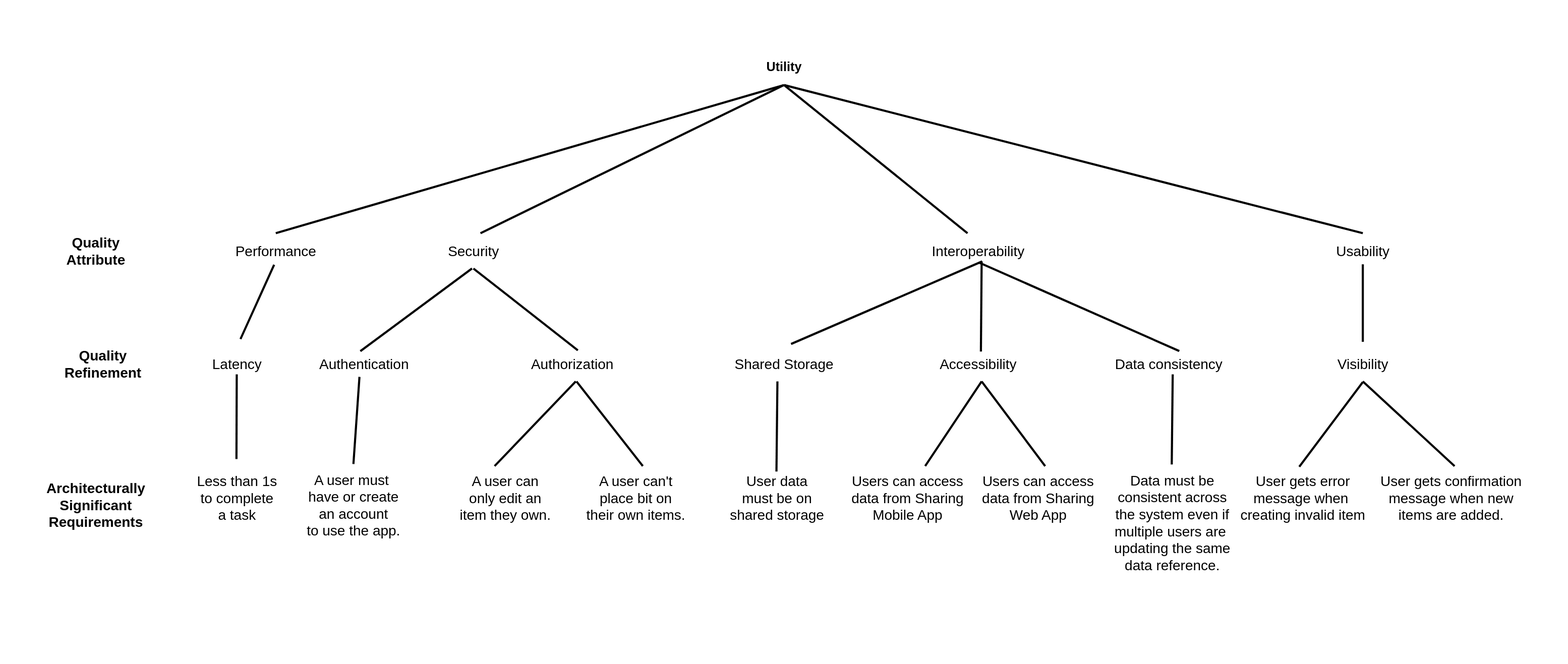
treeindev/uml-diagrams keeps this draw.io diagram as Attribute-Utility-Tree.svg. Above is the earlier version. Source tidied: cells renumbered, new cells last; positions are measured from the earlier drawing's top-left corner, leaving out a move shared by most shapes.
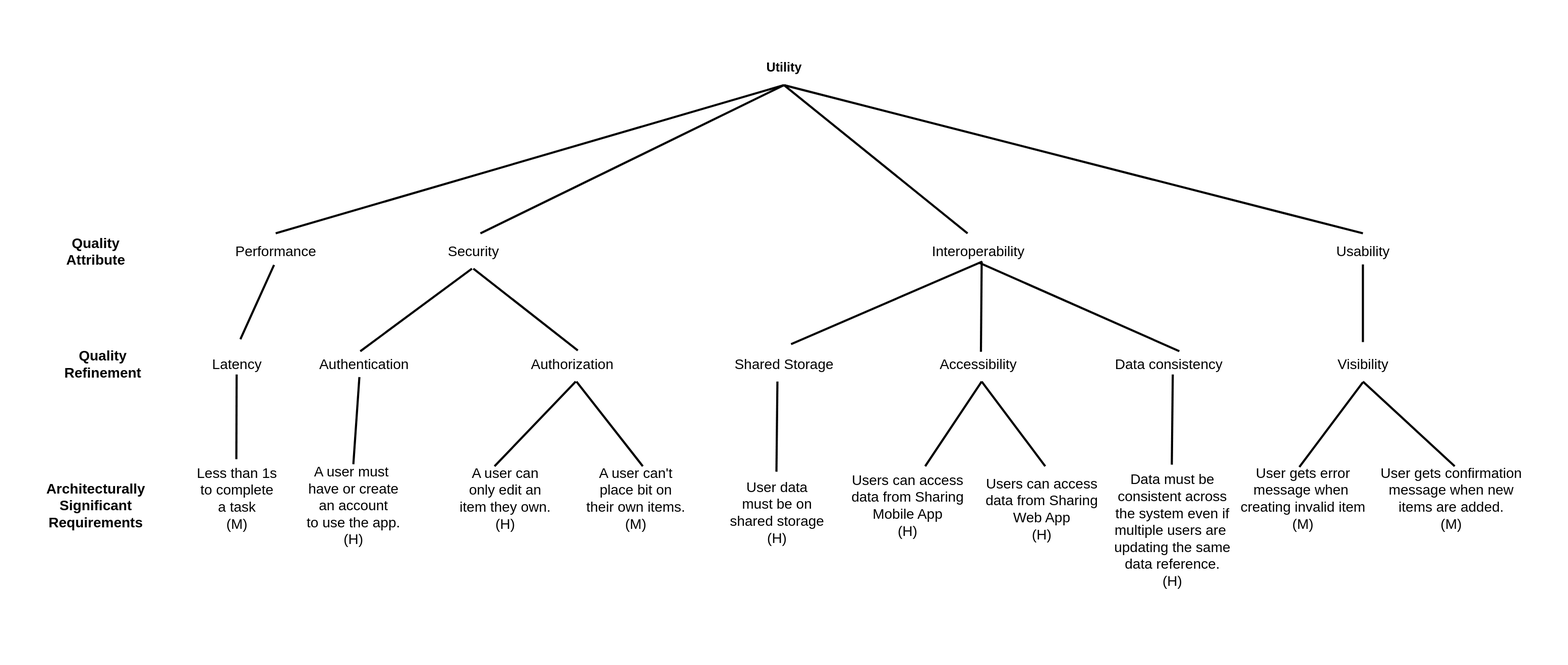
Later version of the same file.

Diff of the diagram source:
```diff
@@ -23,8 +23,8 @@
     <mxCell id="8" value="Latency" style="text;html=1;align=center;verticalAlign=middle;strokeColor=none;fillColor=none;fontStyle=0;fontSize=20;" parent="1" vertex="1">
       <mxGeometry x="290" y="500" width="90" height="30" as="geometry" />
     </mxCell>
-    <mxCell id="9" value="Less than 1s&lt;br style=&quot;font-size: 20px;&quot;&gt;to complete&lt;br style=&quot;font-size: 20px;&quot;&gt;a task" style="text;html=1;align=center;verticalAlign=middle;strokeColor=none;fillColor=none;fontStyle=0;fontSize=20;" parent="1" vertex="1">
-      <mxGeometry x="270" y="665" width="130" height="80" as="geometry" />
+    <mxCell id="9" value="Less than 1s&lt;br style=&quot;font-size: 20px&quot;&gt;to complete&lt;br style=&quot;font-size: 20px&quot;&gt;a task&lt;br&gt;(M)" style="text;html=1;align=center;verticalAlign=middle;strokeColor=none;fillColor=none;fontStyle=0;fontSize=20;" parent="1" vertex="1">
+      <mxGeometry x="270" y="655" width="130" height="100" as="geometry" />
     </mxCell>
     <mxCell id="10" value="Authentication" style="text;html=1;align=center;verticalAlign=middle;points=[];strokeColor=none;fillColor=none;fontStyle=0;fontSize=20;" parent="1" vertex="1">
       <mxGeometry x="445" y="500" width="140" height="30" as="geometry" />
@@ -32,14 +32,14 @@
     <mxCell id="11" value="Authorization" style="text;html=1;align=center;verticalAlign=middle;points=[];strokeColor=none;fillColor=none;fontStyle=0;fontSize=20;" parent="1" vertex="1">
       <mxGeometry x="745" y="500" width="130" height="30" as="geometry" />
     </mxCell>
-    <mxCell id="12" value="A user must&amp;nbsp;&lt;br style=&quot;font-size: 20px;&quot;&gt;have or create &lt;br style=&quot;font-size: 20px;&quot;&gt;an account&lt;br style=&quot;font-size: 20px;&quot;&gt;to use the app." style="text;html=1;align=center;verticalAlign=middle;strokeColor=none;fillColor=none;fontStyle=0;fontSize=20;" parent="1" vertex="1">
-      <mxGeometry x="425" y="665" width="150" height="100" as="geometry" />
+    <mxCell id="12" value="A user must&amp;nbsp;&lt;br style=&quot;font-size: 20px&quot;&gt;have or create &lt;br style=&quot;font-size: 20px&quot;&gt;an account&lt;br style=&quot;font-size: 20px&quot;&gt;to use the app.&lt;br&gt;(H)" style="text;html=1;align=center;verticalAlign=middle;strokeColor=none;fillColor=none;fontStyle=0;fontSize=20;" parent="1" vertex="1">
+      <mxGeometry x="425" y="650" width="150" height="130" as="geometry" />
     </mxCell>
-    <mxCell id="13" value="A user can &lt;br style=&quot;font-size: 20px;&quot;&gt;only edit an &lt;br style=&quot;font-size: 20px;&quot;&gt;item they own." style="text;html=1;align=center;verticalAlign=middle;strokeColor=none;fillColor=none;fontStyle=0;fontSize=20;" parent="1" vertex="1">
-      <mxGeometry x="645" y="665" width="140" height="80" as="geometry" />
+    <mxCell id="13" value="A user can &lt;br style=&quot;font-size: 20px&quot;&gt;only edit an &lt;br style=&quot;font-size: 20px&quot;&gt;item they own.&lt;br&gt;(H)" style="text;html=1;align=center;verticalAlign=middle;strokeColor=none;fillColor=none;fontStyle=0;fontSize=20;" parent="1" vertex="1">
+      <mxGeometry x="645" y="655" width="140" height="100" as="geometry" />
     </mxCell>
-    <mxCell id="14" value="A user can't&lt;br style=&quot;font-size: 20px;&quot;&gt;place bit&amp;nbsp;on &lt;br style=&quot;font-size: 20px;&quot;&gt;their own items." style="text;html=1;align=center;verticalAlign=middle;strokeColor=none;fillColor=none;fontStyle=0;fontSize=20;" parent="1" vertex="1">
-      <mxGeometry x="820" y="665" width="160" height="80" as="geometry" />
+    <mxCell id="14" value="A user can't&lt;br style=&quot;font-size: 20px&quot;&gt;place bit&amp;nbsp;on &lt;br style=&quot;font-size: 20px&quot;&gt;their own items.&lt;br&gt;(M)" style="text;html=1;align=center;verticalAlign=middle;strokeColor=none;fillColor=none;fontStyle=0;fontSize=20;" parent="1" vertex="1">
+      <mxGeometry x="820" y="655" width="160" height="100" as="geometry" />
     </mxCell>
     <mxCell id="15" value="Shared Storage" style="text;html=1;align=center;verticalAlign=middle;strokeColor=none;fillColor=none;fontStyle=0;fontSize=20;" parent="1" vertex="1">
       <mxGeometry x="1030" y="500" width="160" height="30" as="geometry" />
@@ -47,29 +47,29 @@
     <mxCell id="16" value="Accessibility" style="text;html=1;align=center;verticalAlign=middle;points=[];strokeColor=none;fillColor=none;fontStyle=0;fontSize=20;" parent="1" vertex="1">
       <mxGeometry x="1325" y="500" width="120" height="30" as="geometry" />
     </mxCell>
-    <mxCell id="17" value="User data&lt;br style=&quot;font-size: 20px;&quot;&gt;must be on&lt;br style=&quot;font-size: 20px;&quot;&gt;shared storage" style="text;html=1;align=center;verticalAlign=middle;strokeColor=none;fillColor=none;fontStyle=0;fontSize=20;" parent="1" vertex="1">
-      <mxGeometry x="1025" y="665" width="150" height="80" as="geometry" />
+    <mxCell id="17" value="User data&lt;br style=&quot;font-size: 20px&quot;&gt;must be on&lt;br style=&quot;font-size: 20px&quot;&gt;shared storage&lt;br&gt;(H)" style="text;html=1;align=center;verticalAlign=middle;strokeColor=none;fillColor=none;fontStyle=0;fontSize=20;" parent="1" vertex="1">
+      <mxGeometry x="1025" y="675" width="150" height="100" as="geometry" />
     </mxCell>
-    <mxCell id="18" value="Users can access&lt;br style=&quot;font-size: 20px;&quot;&gt;data from Sharing&lt;br style=&quot;font-size: 20px;&quot;&gt;Mobile App" style="text;html=1;align=center;verticalAlign=middle;strokeColor=none;fillColor=none;fontStyle=0;fontSize=20;" parent="1" vertex="1">
-      <mxGeometry x="1200" y="665" width="170" height="80" as="geometry" />
+    <mxCell id="18" value="Users can access&lt;br style=&quot;font-size: 20px&quot;&gt;data from Sharing&lt;br style=&quot;font-size: 20px&quot;&gt;Mobile App&lt;br&gt;(H)" style="text;html=1;align=center;verticalAlign=middle;strokeColor=none;fillColor=none;fontStyle=0;fontSize=20;" parent="1" vertex="1">
+      <mxGeometry x="1200" y="665" width="170" height="100" as="geometry" />
     </mxCell>
-    <mxCell id="19" value="Users can access&lt;br style=&quot;font-size: 20px;&quot;&gt;data from Sharing&lt;br style=&quot;font-size: 20px;&quot;&gt;Web App" style="text;html=1;align=center;verticalAlign=middle;strokeColor=none;fillColor=none;fontStyle=0;fontSize=20;" parent="1" vertex="1">
-      <mxGeometry x="1385" y="665" width="170" height="80" as="geometry" />
+    <mxCell id="19" value="Users can access&lt;br style=&quot;font-size: 20px&quot;&gt;data from Sharing&lt;br style=&quot;font-size: 20px&quot;&gt;Web App&lt;br&gt;(H)" style="text;html=1;align=center;verticalAlign=middle;strokeColor=none;fillColor=none;fontStyle=0;fontSize=20;" parent="1" vertex="1">
+      <mxGeometry x="1390" y="670" width="170" height="100" as="geometry" />
     </mxCell>
     <mxCell id="20" value="Visibility" style="text;html=1;align=center;verticalAlign=middle;strokeColor=none;fillColor=none;fontStyle=0;fontSize=20;" parent="1" vertex="1">
       <mxGeometry x="1885" y="500" width="90" height="30" as="geometry" />
     </mxCell>
-    <mxCell id="21" value="User gets error&lt;br style=&quot;font-size: 20px;&quot;&gt;message&amp;nbsp;when&amp;nbsp;&lt;br style=&quot;font-size: 20px;&quot;&gt;creating invalid item" style="text;html=1;align=center;verticalAlign=middle;strokeColor=none;fillColor=none;fontStyle=0;fontSize=20;" parent="1" vertex="1">
-      <mxGeometry x="1750" y="665" width="190" height="80" as="geometry" />
+    <mxCell id="21" value="User gets error&lt;br style=&quot;font-size: 20px&quot;&gt;message&amp;nbsp;when&amp;nbsp;&lt;br style=&quot;font-size: 20px&quot;&gt;creating invalid item&lt;br&gt;(M)" style="text;html=1;align=center;verticalAlign=middle;strokeColor=none;fillColor=none;fontStyle=0;fontSize=20;" parent="1" vertex="1">
+      <mxGeometry x="1750" y="655" width="190" height="100" as="geometry" />
     </mxCell>
-    <mxCell id="22" value="User gets confirmation&lt;br style=&quot;font-size: 20px;&quot;&gt;message when new&lt;br style=&quot;font-size: 20px;&quot;&gt;items are added." style="text;html=1;align=center;verticalAlign=middle;strokeColor=none;fillColor=none;fontStyle=0;fontSize=20;" parent="1" vertex="1">
-      <mxGeometry x="1945" y="665" width="220" height="80" as="geometry" />
+    <mxCell id="22" value="User gets confirmation&lt;br style=&quot;font-size: 20px&quot;&gt;message when new&lt;br style=&quot;font-size: 20px&quot;&gt;items are added.&lt;br&gt;(M)" style="text;html=1;align=center;verticalAlign=middle;strokeColor=none;fillColor=none;fontStyle=0;fontSize=20;" parent="1" vertex="1">
+      <mxGeometry x="1945" y="655" width="220" height="100" as="geometry" />
     </mxCell>
     <mxCell id="23" value="Data consistency" style="text;html=1;align=center;verticalAlign=middle;strokeColor=none;fillColor=none;fontStyle=0;fontSize=20;" parent="1" vertex="1">
       <mxGeometry x="1570" y="500" width="170" height="30" as="geometry" />
     </mxCell>
-    <mxCell id="24" value="Data must be&lt;br style=&quot;font-size: 20px;&quot;&gt;consistent across&lt;br style=&quot;font-size: 20px;&quot;&gt;the system even if&lt;br style=&quot;font-size: 20px;&quot;&gt;multiple users are&amp;nbsp;&lt;br style=&quot;font-size: 20px;&quot;&gt;updating the same&lt;br style=&quot;font-size: 20px;&quot;&gt;data reference." style="text;html=1;align=center;verticalAlign=middle;strokeColor=none;fillColor=none;fontStyle=0;fontSize=20;" parent="1" vertex="1">
-      <mxGeometry x="1570" y="665" width="180" height="150" as="geometry" />
+    <mxCell id="24" value="Data must be&lt;br style=&quot;font-size: 20px&quot;&gt;consistent across&lt;br style=&quot;font-size: 20px&quot;&gt;the system even if&lt;br style=&quot;font-size: 20px&quot;&gt;multiple users are&amp;nbsp;&lt;br style=&quot;font-size: 20px&quot;&gt;updating the same&lt;br style=&quot;font-size: 20px&quot;&gt;data reference.&lt;br&gt;(H)" style="text;html=1;align=center;verticalAlign=middle;strokeColor=none;fillColor=none;fontStyle=0;fontSize=20;" parent="1" vertex="1">
+      <mxGeometry x="1570" y="665" width="180" height="170" as="geometry" />
     </mxCell>
     <mxCell id="25" style="endArrow=none;html=1;fontSize=18;strokeWidth=3;" parent="1" edge="1">
       <mxGeometry relative="1" as="geometry">
```
